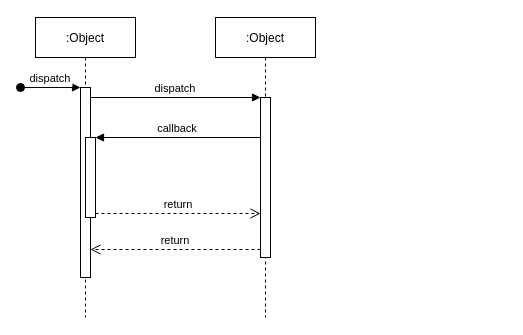
Before: Untitled Diagram.drawio in buihv/starter-workflows, a draw.io diagram. Source tidied: cells renumbered, new cells numbered last; positions are measured from the earlier drawing's top-left corner, leaving out a move shared by most shapes. Both pictures are drawn from the tidied source at 100%, with x=0, y=0 at pixel (20, 17).
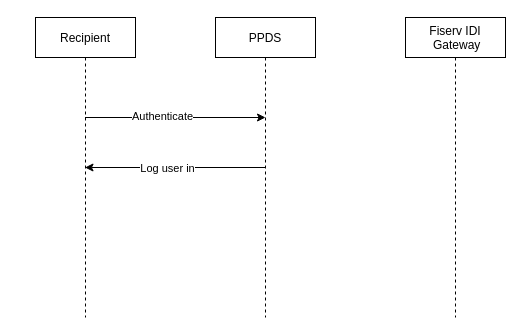
After the change.

The edit, as a diff of the source:
```diff
@@
 <mxGraphModel>
   <root>
     <mxCell id="0" />
     <mxCell id="1" parent="0" />
-    <mxCell id="2" value=":Object" style="shape=umlLifeline;perimeter=lifelinePerimeter;rounded=0;shadow=0;strokeWidth=1;" parent="1" vertex="1">
+    <mxCell id="2" value="Recipient" style="shape=umlLifeline;perimeter=lifelinePerimeter;rounded=0;shadow=0;strokeWidth=1;" parent="1" vertex="1">
       <mxGeometry x="15" width="100" height="300" as="geometry" />
     </mxCell>
-    <mxCell id="3" style="points=[];perimeter=orthogonalPerimeter;rounded=0;shadow=0;strokeWidth=1;" parent="2" vertex="1">
-      <mxGeometry x="45" y="70" width="10" height="190" as="geometry" />
-    </mxCell>
-    <mxCell id="4" value="dispatch" style="verticalAlign=bottom;startArrow=oval;endArrow=block;startSize=8;shadow=0;strokeWidth=1;" parent="2" edge="1" target="3">
-      <mxGeometry relative="1" as="geometry">
-        <mxPoint x="-15" y="70" as="sourcePoint" />
-      </mxGeometry>
-    </mxCell>
-    <mxCell id="5" style="points=[];perimeter=orthogonalPerimeter;rounded=0;shadow=0;strokeWidth=1;" parent="2" vertex="1">
-      <mxGeometry x="50" y="120" width="10" height="80" as="geometry" />
-    </mxCell>
-    <mxCell id="6" value=":Object" style="shape=umlLifeline;perimeter=lifelinePerimeter;rounded=0;shadow=0;strokeWidth=1;" parent="1" vertex="1">
+    <mxCell id="6" value="PPDS" style="shape=umlLifeline;perimeter=lifelinePerimeter;rounded=0;shadow=0;strokeWidth=1;" parent="1" vertex="1">
       <mxGeometry x="195" width="100" height="300" as="geometry" />
     </mxCell>
-    <mxCell id="7" style="points=[];perimeter=orthogonalPerimeter;rounded=0;shadow=0;strokeWidth=1;" parent="6" vertex="1">
-      <mxGeometry x="45" y="80" width="10" height="160" as="geometry" />
-    </mxCell>
-    <mxCell id="8" value="return" style="verticalAlign=bottom;endArrow=open;dashed=1;endSize=8;exitX=0;exitY=0.95;shadow=0;strokeWidth=1;" parent="1" edge="1" source="7" target="3">
-      <mxGeometry relative="1" as="geometry" />
-    </mxCell>
-    <mxCell id="9" value="dispatch" style="verticalAlign=bottom;endArrow=block;entryX=0;entryY=0;shadow=0;strokeWidth=1;" parent="1" edge="1" source="3" target="7">
-      <mxGeometry relative="1" as="geometry" />
-    </mxCell>
-    <mxCell id="10" value="callback" style="verticalAlign=bottom;endArrow=block;entryX=1;entryY=0;shadow=0;strokeWidth=1;" parent="1" edge="1" source="7" target="5">
-      <mxGeometry relative="1" as="geometry" />
-    </mxCell>
-    <mxCell id="11" value="return" style="verticalAlign=bottom;endArrow=open;dashed=1;endSize=8;exitX=1;exitY=0.95;shadow=0;strokeWidth=1;" parent="1" edge="1" source="5" target="7">
-      <mxGeometry relative="1" as="geometry" />
-    </mxCell>
+    <mxCell id="12" style="endArrow=classic;html=1;rounded=0;" parent="1" edge="1" source="2">
+      <mxGeometry relative="1" as="geometry">
+        <mxPoint x="245" y="100" as="targetPoint" />
+        <Array as="points">
+          <mxPoint x="165" y="100" />
+        </Array>
+      </mxGeometry>
+    </mxCell>
+    <mxCell id="13" value="Authenticate" style="edgeLabel;html=1;align=center;verticalAlign=middle;" parent="12" vertex="1">
+      <mxGeometry x="-0.15" y="2" relative="1" as="geometry" />
+    </mxCell>
+    <mxCell id="14" value="Fiserv IDI&#10; Gateway" style="shape=umlLifeline;perimeter=lifelinePerimeter;rounded=0;shadow=0;strokeWidth=1;" parent="1" vertex="1">
+      <mxGeometry x="385" width="100" height="300" as="geometry" />
+    </mxCell>
+    <mxCell id="15" style="endArrow=classic;html=1;rounded=0;" parent="1" edge="1" target="2">
+      <mxGeometry relative="1" as="geometry">
+        <mxPoint x="245" y="150" as="sourcePoint" />
+      </mxGeometry>
+    </mxCell>
+    <mxCell id="16" value="Log user in" style="edgeLabel;html=1;align=center;verticalAlign=middle;" parent="15" vertex="1">
+      <mxGeometry x="0.33" y="-1" relative="1" as="geometry">
+        <mxPoint x="21" y="1" as="offset" />
+      </mxGeometry>
+    </mxCell>
   </root>
 </mxGraphModel>
```
